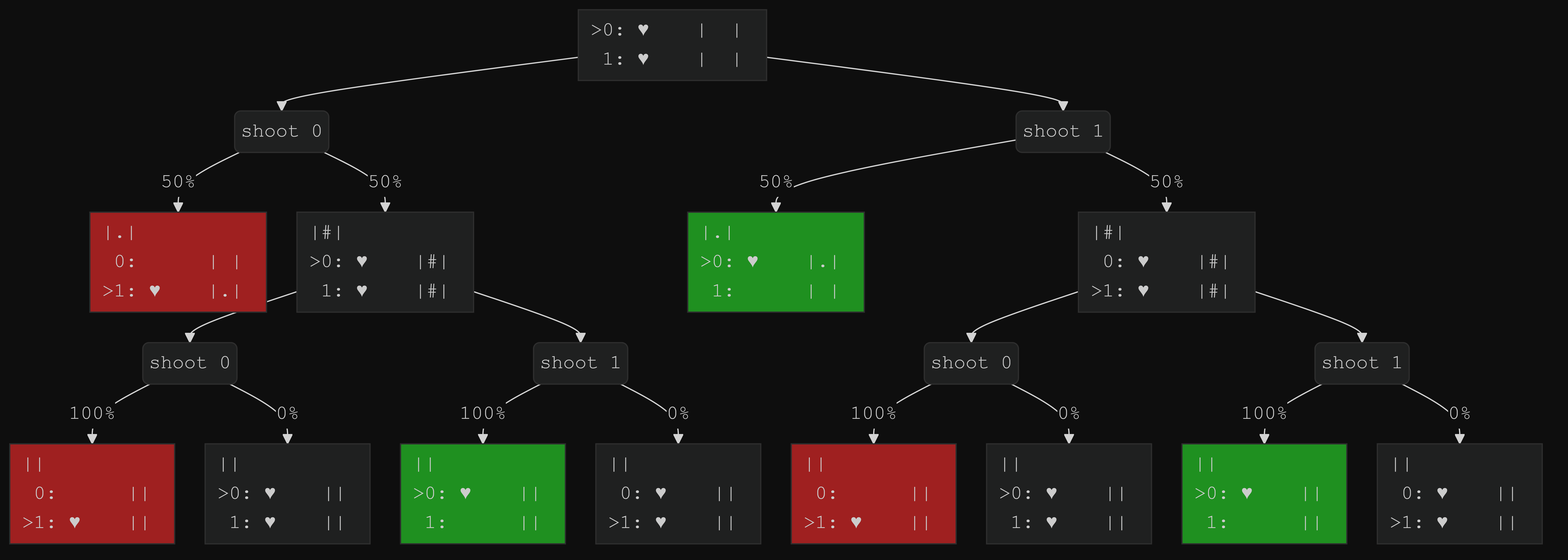
The Mermaid diagram output.png in pingbird/buckshot, before a commit. Its source is kept beside it as output.mmd.
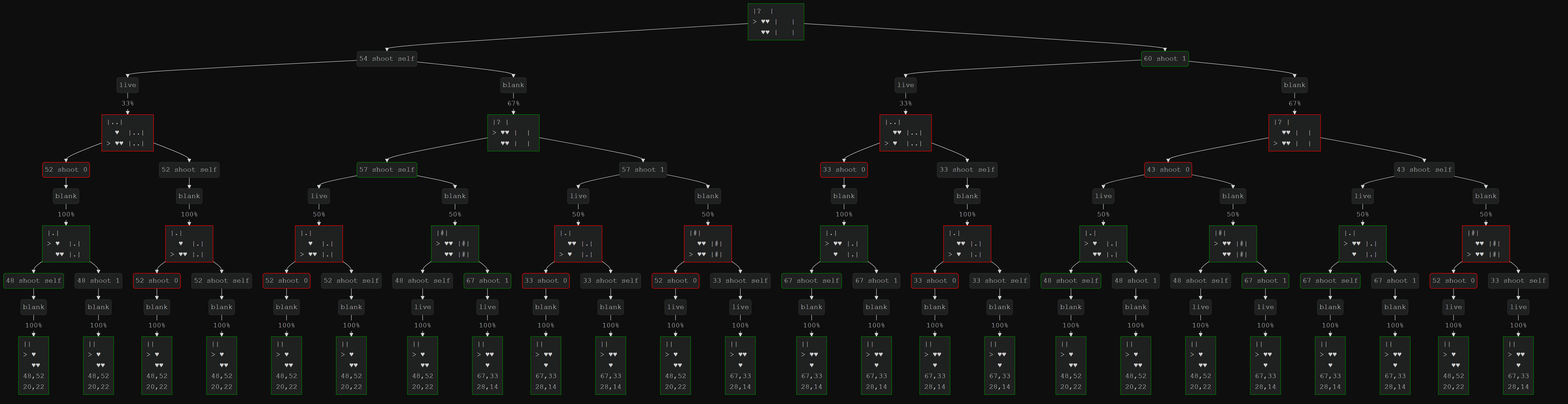
After the commit.

The edit, as a diff of the source:
```diff
@@ -12,65 +12,290 @@
     padding: 5
 ---
 graph TD;
-  n0[">0:&nbsp;♥&nbsp;&nbsp;&nbsp;&nbsp;|&nbsp;&nbsp;|&nbsp;<br>&nbsp;1:&nbsp;♥&nbsp;&nbsp;&nbsp;&nbsp;|&nbsp;&nbsp;|&nbsp;<br>"]
-  style n0 text-align:left
-  d0-0("shoot 0")
-  style d0-0 border-radius:10px
+  n0["|?&nbsp;&nbsp;|&nbsp;<br>>&nbsp;♥♥&nbsp;|&nbsp;&nbsp;&nbsp;|&nbsp;<br>&nbsp;&nbsp;♥♥&nbsp;|&nbsp;&nbsp;&nbsp;|&nbsp;<br>"]
+  style n0 text-align:left,stroke:green;
+  d0-0("54 shoot self")
   n0 --> d0-0
-  d0-0 -->|"50%"| n1
-  d0-0 -->|"50%"| n2
-  d0-1("shoot 1")
-  style d0-1 border-radius:10px
+  p0-0-0(" live")
+  d0-0 --> p0-0-0
+  p0-0-0 -->|"33%"| n1
+  p0-0-1(" blank")
+  d0-0 --> p0-0-1
+  p0-0-1 -->|"67%"| n8
+  d0-1("60 shoot 1")
   n0 --> d0-1
-  d0-1 -->|"50%"| n7
-  d0-1 -->|"50%"| n8
-  n1["|.|&nbsp;<br>&nbsp;0:&nbsp;&nbsp;&nbsp;&nbsp;&nbsp;&nbsp;|&nbsp;|&nbsp;<br>>1:&nbsp;♥&nbsp;&nbsp;&nbsp;&nbsp;|.|&nbsp;<br>"]
-  style n1 text-align:left
-  style n1 fill:#9f2020
-  n2["|#|&nbsp;<br>>0:&nbsp;♥&nbsp;&nbsp;&nbsp;&nbsp;|#|&nbsp;<br>&nbsp;1:&nbsp;♥&nbsp;&nbsp;&nbsp;&nbsp;|#|&nbsp;<br>"]
-  style n2 text-align:left
-  d2-0("shoot 0")
-  style d2-0 border-radius:10px
+  style d0-1 stroke: green
+  p0-1-0(" live")
+  d0-1 --> p0-1-0
+  p0-1-0 -->|"33%"| n21
+  p0-1-1(" blank")
+  d0-1 --> p0-1-1
+  p0-1-1 -->|"67%"| n28
+  n1["|..|&nbsp;<br>&nbsp;&nbsp;♥&nbsp;&nbsp;|..|&nbsp;<br>>&nbsp;♥♥&nbsp;|..|&nbsp;<br>"]
+  style n1 text-align:left,stroke:red;
+  d1-0("52 shoot 0")
+  n1 --> d1-0
+  style d1-0 stroke: red
+  p1-0-0(" blank")
+  d1-0 --> p1-0-0
+  p1-0-0 -->|"100%"| n2
+  d1-1("52 shoot self")
+  n1 --> d1-1
+  p1-1-0(" blank")
+  d1-1 --> p1-1-0
+  p1-1-0 -->|"100%"| n5
+  n2["|.|&nbsp;<br>>&nbsp;♥&nbsp;&nbsp;|.|&nbsp;<br>&nbsp;&nbsp;♥♥&nbsp;|.|&nbsp;<br>"]
+  style n2 text-align:left,stroke:green;
+  d2-0("48 shoot self")
   n2 --> d2-0
-  d2-0 -->|"100%"| n3
-  d2-0 -->|"0%"| n4
-  d2-1("shoot 1")
-  style d2-1 border-radius:10px
+  style d2-0 stroke: green
+  p2-0-0(" blank")
+  d2-0 --> p2-0-0
+  p2-0-0 -->|"100%"| n3
+  d2-1("48 shoot 1")
   n2 --> d2-1
-  d2-1 -->|"100%"| n5
-  d2-1 -->|"0%"| n6
-  n3["||&nbsp;<br>&nbsp;0:&nbsp;&nbsp;&nbsp;&nbsp;&nbsp;&nbsp;||&nbsp;<br>>1:&nbsp;♥&nbsp;&nbsp;&nbsp;&nbsp;||&nbsp;<br>"]
-  style n3 text-align:left
-  style n3 fill:#9f2020
-  n4["||&nbsp;<br>>0:&nbsp;♥&nbsp;&nbsp;&nbsp;&nbsp;||&nbsp;<br>&nbsp;1:&nbsp;♥&nbsp;&nbsp;&nbsp;&nbsp;||&nbsp;<br>"]
-  style n4 text-align:left
-  n5["||&nbsp;<br>>0:&nbsp;♥&nbsp;&nbsp;&nbsp;&nbsp;||&nbsp;<br>&nbsp;1:&nbsp;&nbsp;&nbsp;&nbsp;&nbsp;&nbsp;||&nbsp;<br>"]
-  style n5 text-align:left
-  style n5 fill:#1f9020
-  n6["||&nbsp;<br>&nbsp;0:&nbsp;♥&nbsp;&nbsp;&nbsp;&nbsp;||&nbsp;<br>>1:&nbsp;♥&nbsp;&nbsp;&nbsp;&nbsp;||&nbsp;<br>"]
-  style n6 text-align:left
-  n7["|.|&nbsp;<br>>0:&nbsp;♥&nbsp;&nbsp;&nbsp;&nbsp;|.|&nbsp;<br>&nbsp;1:&nbsp;&nbsp;&nbsp;&nbsp;&nbsp;&nbsp;|&nbsp;|&nbsp;<br>"]
-  style n7 text-align:left
-  style n7 fill:#1f9020
-  n8["|#|&nbsp;<br>&nbsp;0:&nbsp;♥&nbsp;&nbsp;&nbsp;&nbsp;|#|&nbsp;<br>>1:&nbsp;♥&nbsp;&nbsp;&nbsp;&nbsp;|#|&nbsp;<br>"]
-  style n8 text-align:left
-  d8-0("shoot 0")
-  style d8-0 border-radius:10px
+  p2-1-0(" blank")
+  d2-1 --> p2-1-0
+  p2-1-0 -->|"100%"| n4
+  n3["||&nbsp;<br>>&nbsp;♥&nbsp;&nbsp;<br>&nbsp;&nbsp;♥♥&nbsp;<br>48,52<br>20,22"]
+  style n3 text-align:left,stroke:green;
+  n4["||&nbsp;<br>>&nbsp;♥&nbsp;&nbsp;<br>&nbsp;&nbsp;♥♥&nbsp;<br>48,52<br>20,22"]
+  style n4 text-align:left,stroke:green;
+  n5["|.|&nbsp;<br>&nbsp;&nbsp;♥&nbsp;&nbsp;|.|&nbsp;<br>>&nbsp;♥♥&nbsp;|.|&nbsp;<br>"]
+  style n5 text-align:left,stroke:red;
+  d5-0("52 shoot 0")
+  n5 --> d5-0
+  style d5-0 stroke: red
+  p5-0-0(" blank")
+  d5-0 --> p5-0-0
+  p5-0-0 -->|"100%"| n6
+  d5-1("52 shoot self")
+  n5 --> d5-1
+  p5-1-0(" blank")
+  d5-1 --> p5-1-0
+  p5-1-0 -->|"100%"| n7
+  n6["||&nbsp;<br>>&nbsp;♥&nbsp;&nbsp;<br>&nbsp;&nbsp;♥♥&nbsp;<br>48,52<br>20,22"]
+  style n6 text-align:left,stroke:green;
+  n7["||&nbsp;<br>>&nbsp;♥&nbsp;&nbsp;<br>&nbsp;&nbsp;♥♥&nbsp;<br>48,52<br>20,22"]
+  style n7 text-align:left,stroke:green;
+  n8["|?&nbsp;|&nbsp;<br>>&nbsp;♥♥&nbsp;|&nbsp;&nbsp;|&nbsp;<br>&nbsp;&nbsp;♥♥&nbsp;|&nbsp;&nbsp;|&nbsp;<br>"]
+  style n8 text-align:left,stroke:green;
+  d8-0("57 shoot self")
   n8 --> d8-0
-  d8-0 -->|"100%"| n9
-  d8-0 -->|"0%"| n10
-  d8-1("shoot 1")
-  style d8-1 border-radius:10px
+  style d8-0 stroke: green
+  p8-0-0(" live")
+  d8-0 --> p8-0-0
+  p8-0-0 -->|"50%"| n9
+  p8-0-1(" blank")
+  d8-0 --> p8-0-1
+  p8-0-1 -->|"50%"| n12
+  d8-1("57 shoot 1")
   n8 --> d8-1
-  d8-1 -->|"100%"| n11
-  d8-1 -->|"0%"| n12
-  n9["||&nbsp;<br>&nbsp;0:&nbsp;&nbsp;&nbsp;&nbsp;&nbsp;&nbsp;||&nbsp;<br>>1:&nbsp;♥&nbsp;&nbsp;&nbsp;&nbsp;||&nbsp;<br>"]
-  style n9 text-align:left
-  style n9 fill:#9f2020
-  n10["||&nbsp;<br>>0:&nbsp;♥&nbsp;&nbsp;&nbsp;&nbsp;||&nbsp;<br>&nbsp;1:&nbsp;♥&nbsp;&nbsp;&nbsp;&nbsp;||&nbsp;<br>"]
-  style n10 text-align:left
-  n11["||&nbsp;<br>>0:&nbsp;♥&nbsp;&nbsp;&nbsp;&nbsp;||&nbsp;<br>&nbsp;1:&nbsp;&nbsp;&nbsp;&nbsp;&nbsp;&nbsp;||&nbsp;<br>"]
-  style n11 text-align:left
-  style n11 fill:#1f9020
-  n12["||&nbsp;<br>&nbsp;0:&nbsp;♥&nbsp;&nbsp;&nbsp;&nbsp;||&nbsp;<br>>1:&nbsp;♥&nbsp;&nbsp;&nbsp;&nbsp;||&nbsp;<br>"]
-  style n12 text-align:left
+  p8-1-0(" live")
+  d8-1 --> p8-1-0
+  p8-1-0 -->|"50%"| n15
+  p8-1-1(" blank")
+  d8-1 --> p8-1-1
+  p8-1-1 -->|"50%"| n18
+  n9["|.|&nbsp;<br>&nbsp;&nbsp;♥&nbsp;&nbsp;|.|&nbsp;<br>>&nbsp;♥♥&nbsp;|.|&nbsp;<br>"]
+  style n9 text-align:left,stroke:red;
+  d9-0("52 shoot 0")
+  n9 --> d9-0
+  style d9-0 stroke: red
+  p9-0-0(" blank")
+  d9-0 --> p9-0-0
+  p9-0-0 -->|"100%"| n10
+  d9-1("52 shoot self")
+  n9 --> d9-1
+  p9-1-0(" blank")
+  d9-1 --> p9-1-0
+  p9-1-0 -->|"100%"| n11
+  n10["||&nbsp;<br>>&nbsp;♥&nbsp;&nbsp;<br>&nbsp;&nbsp;♥♥&nbsp;<br>48,52<br>20,22"]
+  style n10 text-align:left,stroke:green;
+  n11["||&nbsp;<br>>&nbsp;♥&nbsp;&nbsp;<br>&nbsp;&nbsp;♥♥&nbsp;<br>48,52<br>20,22"]
+  style n11 text-align:left,stroke:green;
+  n12["|#|&nbsp;<br>>&nbsp;♥♥&nbsp;|#|&nbsp;<br>&nbsp;&nbsp;♥♥&nbsp;|#|&nbsp;<br>"]
+  style n12 text-align:left,stroke:green;
+  d12-0("48 shoot self")
+  n12 --> d12-0
+  p12-0-0(" live")
+  d12-0 --> p12-0-0
+  p12-0-0 -->|"100%"| n13
+  d12-1("67 shoot 1")
+  n12 --> d12-1
+  style d12-1 stroke: green
+  p12-1-0(" live")
+  d12-1 --> p12-1-0
+  p12-1-0 -->|"100%"| n14
+  n13["||&nbsp;<br>>&nbsp;♥&nbsp;&nbsp;<br>&nbsp;&nbsp;♥♥&nbsp;<br>48,52<br>20,22"]
+  style n13 text-align:left,stroke:green;
+  n14["||&nbsp;<br>>&nbsp;♥♥&nbsp;<br>&nbsp;&nbsp;♥&nbsp;&nbsp;<br>67,33<br>28,14"]
+  style n14 text-align:left,stroke:green;
+  n15["|.|&nbsp;<br>&nbsp;&nbsp;♥♥&nbsp;|.|&nbsp;<br>>&nbsp;♥&nbsp;&nbsp;|.|&nbsp;<br>"]
+  style n15 text-align:left,stroke:red;
+  d15-0("33 shoot 0")
+  n15 --> d15-0
+  style d15-0 stroke: red
+  p15-0-0(" blank")
+  d15-0 --> p15-0-0
+  p15-0-0 -->|"100%"| n16
+  d15-1("33 shoot self")
+  n15 --> d15-1
+  p15-1-0(" blank")
+  d15-1 --> p15-1-0
+  p15-1-0 -->|"100%"| n17
+  n16["||&nbsp;<br>>&nbsp;♥♥&nbsp;<br>&nbsp;&nbsp;♥&nbsp;&nbsp;<br>67,33<br>28,14"]
+  style n16 text-align:left,stroke:green;
+  n17["||&nbsp;<br>>&nbsp;♥♥&nbsp;<br>&nbsp;&nbsp;♥&nbsp;&nbsp;<br>67,33<br>28,14"]
+  style n17 text-align:left,stroke:green;
+  n18["|#|&nbsp;<br>&nbsp;&nbsp;♥♥&nbsp;|#|&nbsp;<br>>&nbsp;♥♥&nbsp;|#|&nbsp;<br>"]
+  style n18 text-align:left,stroke:red;
+  d18-0("52 shoot 0")
+  n18 --> d18-0
+  style d18-0 stroke: red
+  p18-0-0(" live")
+  d18-0 --> p18-0-0
+  p18-0-0 -->|"100%"| n19
+  d18-1("33 shoot self")
+  n18 --> d18-1
+  p18-1-0(" live")
+  d18-1 --> p18-1-0
+  p18-1-0 -->|"100%"| n20
+  n19["||&nbsp;<br>>&nbsp;♥&nbsp;&nbsp;<br>&nbsp;&nbsp;♥♥&nbsp;<br>48,52<br>20,22"]
+  style n19 text-align:left,stroke:green;
+  n20["||&nbsp;<br>>&nbsp;♥♥&nbsp;<br>&nbsp;&nbsp;♥&nbsp;&nbsp;<br>67,33<br>28,14"]
+  style n20 text-align:left,stroke:green;
+  n21["|..|&nbsp;<br>&nbsp;&nbsp;♥♥&nbsp;|..|&nbsp;<br>>&nbsp;♥&nbsp;&nbsp;|..|&nbsp;<br>"]
+  style n21 text-align:left,stroke:red;
+  d21-0("33 shoot 0")
+  n21 --> d21-0
+  style d21-0 stroke: red
+  p21-0-0(" blank")
+  d21-0 --> p21-0-0
+  p21-0-0 -->|"100%"| n22
+  d21-1("33 shoot self")
+  n21 --> d21-1
+  p21-1-0(" blank")
+  d21-1 --> p21-1-0
+  p21-1-0 -->|"100%"| n25
+  n22["|.|&nbsp;<br>>&nbsp;♥♥&nbsp;|.|&nbsp;<br>&nbsp;&nbsp;♥&nbsp;&nbsp;|.|&nbsp;<br>"]
+  style n22 text-align:left,stroke:green;
+  d22-0("67 shoot self")
+  n22 --> d22-0
+  style d22-0 stroke: green
+  p22-0-0(" blank")
+  d22-0 --> p22-0-0
+  p22-0-0 -->|"100%"| n23
+  d22-1("67 shoot 1")
+  n22 --> d22-1
+  p22-1-0(" blank")
+  d22-1 --> p22-1-0
+  p22-1-0 -->|"100%"| n24
+  n23["||&nbsp;<br>>&nbsp;♥♥&nbsp;<br>&nbsp;&nbsp;♥&nbsp;&nbsp;<br>67,33<br>28,14"]
+  style n23 text-align:left,stroke:green;
+  n24["||&nbsp;<br>>&nbsp;♥♥&nbsp;<br>&nbsp;&nbsp;♥&nbsp;&nbsp;<br>67,33<br>28,14"]
+  style n24 text-align:left,stroke:green;
+  n25["|.|&nbsp;<br>&nbsp;&nbsp;♥♥&nbsp;|.|&nbsp;<br>>&nbsp;♥&nbsp;&nbsp;|.|&nbsp;<br>"]
+  style n25 text-align:left,stroke:red;
+  d25-0("33 shoot 0")
+  n25 --> d25-0
+  style d25-0 stroke: red
+  p25-0-0(" blank")
+  d25-0 --> p25-0-0
+  p25-0-0 -->|"100%"| n26
+  d25-1("33 shoot self")
+  n25 --> d25-1
+  p25-1-0(" blank")
+  d25-1 --> p25-1-0
+  p25-1-0 -->|"100%"| n27
+  n26["||&nbsp;<br>>&nbsp;♥♥&nbsp;<br>&nbsp;&nbsp;♥&nbsp;&nbsp;<br>67,33<br>28,14"]
+  style n26 text-align:left,stroke:green;
+  n27["||&nbsp;<br>>&nbsp;♥♥&nbsp;<br>&nbsp;&nbsp;♥&nbsp;&nbsp;<br>67,33<br>28,14"]
+  style n27 text-align:left,stroke:green;
+  n28["|?&nbsp;|&nbsp;<br>&nbsp;&nbsp;♥♥&nbsp;|&nbsp;&nbsp;|&nbsp;<br>>&nbsp;♥♥&nbsp;|&nbsp;&nbsp;|&nbsp;<br>"]
+  style n28 text-align:left,stroke:red;
+  d28-0("43 shoot 0")
+  n28 --> d28-0
+  style d28-0 stroke: red
+  p28-0-0(" live")
+  d28-0 --> p28-0-0
+  p28-0-0 -->|"50%"| n29
+  p28-0-1(" blank")
+  d28-0 --> p28-0-1
+  p28-0-1 -->|"50%"| n32
+  d28-1("43 shoot self")
+  n28 --> d28-1
+  p28-1-0(" live")
+  d28-1 --> p28-1-0
+  p28-1-0 -->|"50%"| n35
+  p28-1-1(" blank")
+  d28-1 --> p28-1-1
+  p28-1-1 -->|"50%"| n38
+  n29["|.|&nbsp;<br>>&nbsp;♥&nbsp;&nbsp;|.|&nbsp;<br>&nbsp;&nbsp;♥♥&nbsp;|.|&nbsp;<br>"]
+  style n29 text-align:left,stroke:green;
+  d29-0("48 shoot self")
+  n29 --> d29-0
+  style d29-0 stroke: green
+  p29-0-0(" blank")
+  d29-0 --> p29-0-0
+  p29-0-0 -->|"100%"| n30
+  d29-1("48 shoot 1")
+  n29 --> d29-1
+  p29-1-0(" blank")
+  d29-1 --> p29-1-0
+  p29-1-0 -->|"100%"| n31
+  n30["||&nbsp;<br>>&nbsp;♥&nbsp;&nbsp;<br>&nbsp;&nbsp;♥♥&nbsp;<br>48,52<br>20,22"]
+  style n30 text-align:left,stroke:green;
+  n31["||&nbsp;<br>>&nbsp;♥&nbsp;&nbsp;<br>&nbsp;&nbsp;♥♥&nbsp;<br>48,52<br>20,22"]
+  style n31 text-align:left,stroke:green;
+  n32["|#|&nbsp;<br>>&nbsp;♥♥&nbsp;|#|&nbsp;<br>&nbsp;&nbsp;♥♥&nbsp;|#|&nbsp;<br>"]
+  style n32 text-align:left,stroke:green;
+  d32-0("48 shoot self")
+  n32 --> d32-0
+  p32-0-0(" live")
+  d32-0 --> p32-0-0
+  p32-0-0 -->|"100%"| n33
+  d32-1("67 shoot 1")
+  n32 --> d32-1
+  style d32-1 stroke: green
+  p32-1-0(" live")
+  d32-1 --> p32-1-0
+  p32-1-0 -->|"100%"| n34
+  n33["||&nbsp;<br>>&nbsp;♥&nbsp;&nbsp;<br>&nbsp;&nbsp;♥♥&nbsp;<br>48,52<br>20,22"]
+  style n33 text-align:left,stroke:green;
+  n34["||&nbsp;<br>>&nbsp;♥♥&nbsp;<br>&nbsp;&nbsp;♥&nbsp;&nbsp;<br>67,33<br>28,14"]
+  style n34 text-align:left,stroke:green;
+  n35["|.|&nbsp;<br>>&nbsp;♥♥&nbsp;|.|&nbsp;<br>&nbsp;&nbsp;♥&nbsp;&nbsp;|.|&nbsp;<br>"]
+  style n35 text-align:left,stroke:green;
+  d35-0("67 shoot self")
+  n35 --> d35-0
+  style d35-0 stroke: green
+  p35-0-0(" blank")
+  d35-0 --> p35-0-0
+  p35-0-0 -->|"100%"| n36
+  d35-1("67 shoot 1")
+  n35 --> d35-1
+  p35-1-0(" blank")
+  d35-1 --> p35-1-0
+  p35-1-0 -->|"100%"| n37
+  n36["||&nbsp;<br>>&nbsp;♥♥&nbsp;<br>&nbsp;&nbsp;♥&nbsp;&nbsp;<br>67,33<br>28,14"]
+  style n36 text-align:left,stroke:green;
+  n37["||&nbsp;<br>>&nbsp;♥♥&nbsp;<br>&nbsp;&nbsp;♥&nbsp;&nbsp;<br>67,33<br>28,14"]
+  style n37 text-align:left,stroke:green;
+  n38["|#|&nbsp;<br>&nbsp;&nbsp;♥♥&nbsp;|#|&nbsp;<br>>&nbsp;♥♥&nbsp;|#|&nbsp;<br>"]
+  style n38 text-align:left,stroke:red;
+  d38-0("52 shoot 0")
+  n38 --> d38-0
+  style d38-0 stroke: red
+  p38-0-0(" live")
+  d38-0 --> p38-0-0
+  p38-0-0 -->|"100%"| n39
+  d38-1("33 shoot self")
+  n38 --> d38-1
+  p38-1-0(" live")
+  d38-1 --> p38-1-0
+  p38-1-0 -->|"100%"| n40
+  n39["||&nbsp;<br>>&nbsp;♥&nbsp;&nbsp;<br>&nbsp;&nbsp;♥♥&nbsp;<br>48,52<br>20,22"]
+  style n39 text-align:left,stroke:green;
+  n40["||&nbsp;<br>>&nbsp;♥♥&nbsp;<br>&nbsp;&nbsp;♥&nbsp;&nbsp;<br>67,33<br>28,14"]
+  style n40 text-align:left,stroke:green;
```
